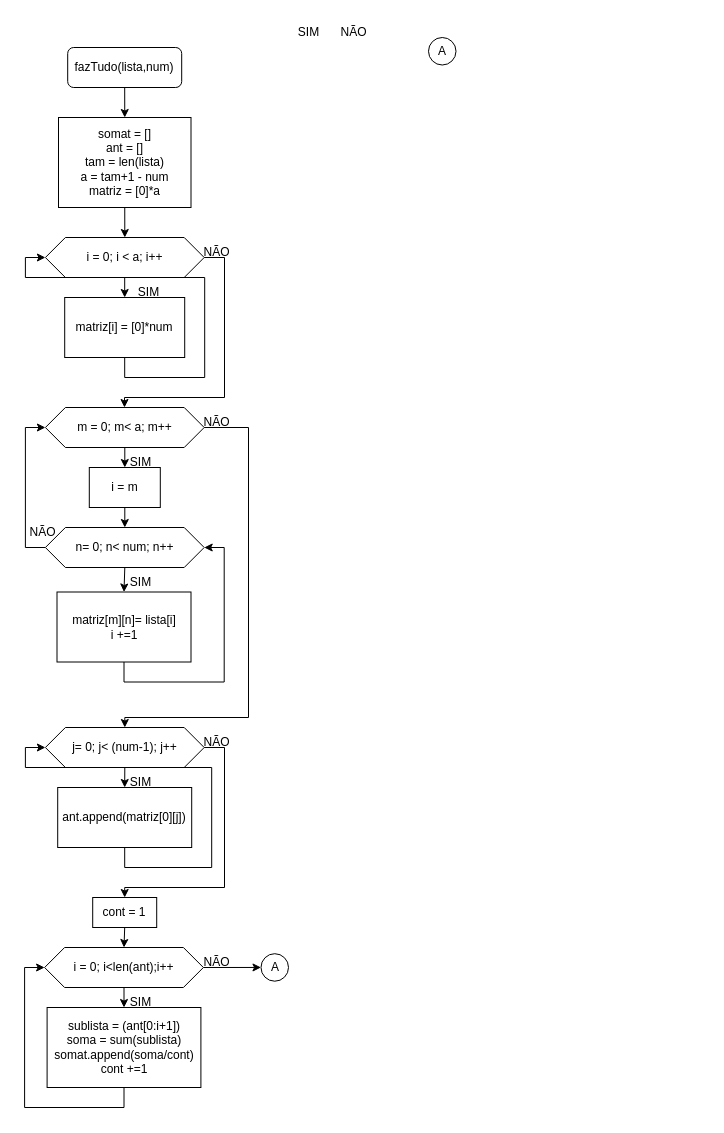
Above: fazTudo.drawio in KauanBaiense/moving-average (draw.io), before the change. Source tidied: cells renumbered, new cells numbered last; positions are measured from the earlier drawing's top-left corner, leaving out a move shared by most shapes. Both pictures are drawn from the tidied source at 100%, with x=0, y=0 at pixel (17, 17).
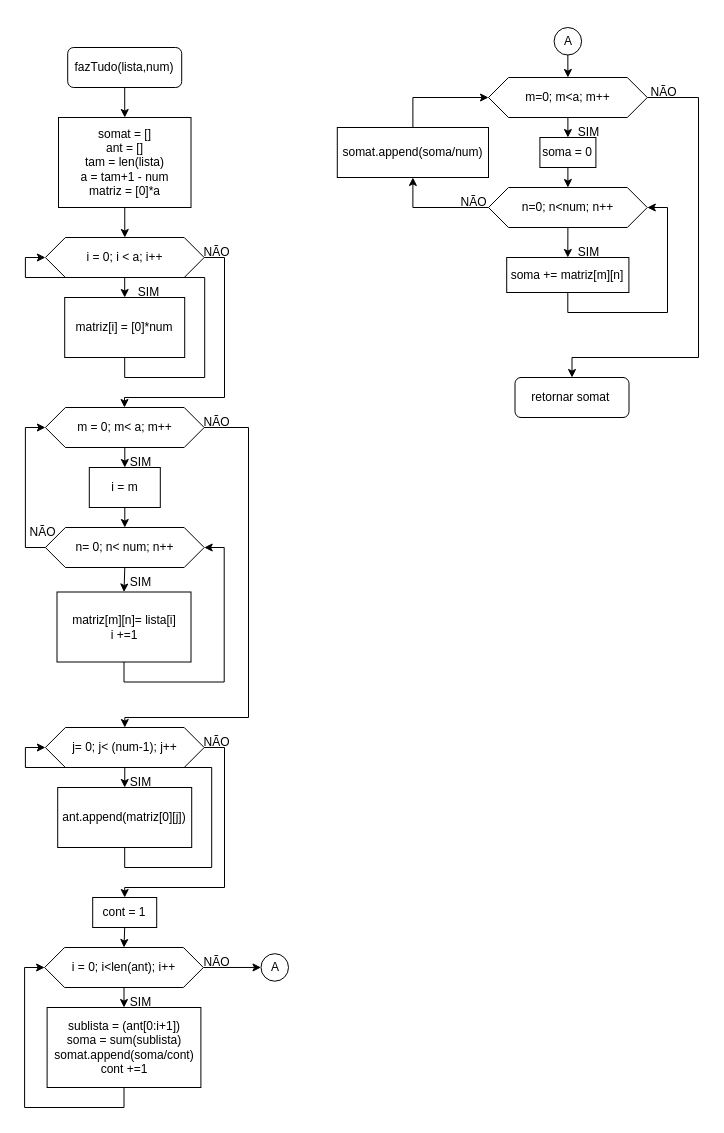
The same diagram, later.

The edit, as a diff of the source:
```diff
@@
-    <mxCell id="11" value="SIM" style="text;html=1;align=center;verticalAlign=middle;strokeColor=none;fillColor=none;" parent="1" vertex="1">
-      <mxGeometry x="271" width="40" height="30" as="geometry" />
-    </mxCell>
-    <mxCell id="12" value="NÃO" style="text;html=1;align=center;verticalAlign=middle;strokeColor=none;fillColor=none;" parent="1" vertex="1">
-      <mxGeometry x="311" width="50" height="30" as="geometry" />
-    </mxCell>
@@
-    <mxCell id="40" value="i = 0; i&amp;lt;len(ant);i++" style="shape=hexagon;perimeter=hexagonPerimeter2;whiteSpace=wrap;html=1;fixedSize=1;" parent="1" vertex="1">
+    <mxCell id="40" value="i = 0; i&amp;lt;len(ant); i++" style="shape=hexagon;perimeter=hexagonPerimeter2;whiteSpace=wrap;html=1;fixedSize=1;" parent="1" vertex="1">
       <mxGeometry x="27.1" y="930" width="158.8" height="40" as="geometry" />
     </mxCell>
@@
+    <mxCell id="47" style="edgeStyle=orthogonalEdgeStyle;rounded=0;jettySize=auto;html=1;exitX=0.5;exitY=1;exitDx=0;exitDy=0;entryX=0.5;entryY=0;entryDx=0;entryDy=0;" parent="1" edge="1" source="46" target="50">
+      <mxGeometry relative="1" as="geometry" />
+    </mxCell>
     <mxCell id="46" value="A" style="ellipse;whiteSpace=wrap;html=1;" parent="1" vertex="1">
-      <mxGeometry x="411" y="20" width="27.5" height="27.5" as="geometry" />
+      <mxGeometry x="536.6" y="10" width="27.5" height="27.5" as="geometry" />
     </mxCell>
+    <mxCell id="48" style="edgeStyle=orthogonalEdgeStyle;rounded=0;jettySize=auto;html=1;exitX=0.5;exitY=1;exitDx=0;exitDy=0;entryX=0.5;entryY=0;entryDx=0;entryDy=0;" parent="1" edge="1" source="50" target="52">
+      <mxGeometry relative="1" as="geometry" />
+    </mxCell>
+    <mxCell id="49" style="edgeStyle=orthogonalEdgeStyle;rounded=0;jettySize=auto;html=1;exitX=1;exitY=0.5;exitDx=0;exitDy=0;entryX=0.5;entryY=0;entryDx=0;entryDy=0;" parent="1" edge="1" source="50" target="64">
+      <mxGeometry relative="1" as="geometry">
+        <Array as="points">
+          <mxPoint x="681" y="80" />
+          <mxPoint x="681" y="340" />
+        </Array>
+      </mxGeometry>
+    </mxCell>
+    <mxCell id="50" value="m=0; m&amp;lt;a; m++" style="shape=hexagon;perimeter=hexagonPerimeter2;whiteSpace=wrap;html=1;fixedSize=1;" parent="1" vertex="1">
+      <mxGeometry x="471" y="60" width="158.8" height="40" as="geometry" />
+    </mxCell>
+    <mxCell id="51" style="edgeStyle=orthogonalEdgeStyle;rounded=0;jettySize=auto;html=1;exitX=0.5;exitY=1;exitDx=0;exitDy=0;entryX=0.5;entryY=0;entryDx=0;entryDy=0;" parent="1" edge="1" source="52" target="56">
+      <mxGeometry relative="1" as="geometry" />
+    </mxCell>
+    <mxCell id="52" value="soma = 0" style="rounded=0;whiteSpace=wrap;html=1;" parent="1" vertex="1">
+      <mxGeometry x="522.4" y="120" width="56" height="30" as="geometry" />
+    </mxCell>
+    <mxCell id="53" value="SIM" style="text;html=1;align=center;verticalAlign=middle;strokeColor=none;fillColor=none;" parent="1" vertex="1">
+      <mxGeometry x="551" y="100" width="40" height="30" as="geometry" />
+    </mxCell>
+    <mxCell id="54" style="edgeStyle=orthogonalEdgeStyle;rounded=0;jettySize=auto;html=1;exitX=0.5;exitY=1;exitDx=0;exitDy=0;entryX=0.5;entryY=0;entryDx=0;entryDy=0;" parent="1" edge="1" source="56" target="58">
+      <mxGeometry relative="1" as="geometry" />
+    </mxCell>
+    <mxCell id="55" style="edgeStyle=orthogonalEdgeStyle;rounded=0;jettySize=auto;html=1;exitX=0;exitY=0.5;exitDx=0;exitDy=0;entryX=0.5;entryY=1;entryDx=0;entryDy=0;" parent="1" edge="1" source="56" target="61">
+      <mxGeometry relative="1" as="geometry" />
+    </mxCell>
+    <mxCell id="56" value="n=0; n&amp;lt;num; n++" style="shape=hexagon;perimeter=hexagonPerimeter2;whiteSpace=wrap;html=1;fixedSize=1;" parent="1" vertex="1">
+      <mxGeometry x="471" y="170" width="158.8" height="40" as="geometry" />
+    </mxCell>
+    <mxCell id="57" style="edgeStyle=orthogonalEdgeStyle;rounded=0;jettySize=auto;html=1;exitX=0.5;exitY=1;exitDx=0;exitDy=0;entryX=1;entryY=0.5;entryDx=0;entryDy=0;" parent="1" edge="1" source="58" target="56">
+      <mxGeometry relative="1" as="geometry">
+        <Array as="points">
+          <mxPoint x="550" y="295" />
+          <mxPoint x="650" y="295" />
+          <mxPoint x="650" y="190" />
+        </Array>
+      </mxGeometry>
+    </mxCell>
+    <mxCell id="58" value="soma += matriz[m][n]&lt;br&gt;" style="rounded=0;whiteSpace=wrap;html=1;" parent="1" vertex="1">
+      <mxGeometry x="489.2" y="240" width="122.2" height="35" as="geometry" />
+    </mxCell>
+    <mxCell id="59" value="SIM" style="text;html=1;align=center;verticalAlign=middle;strokeColor=none;fillColor=none;" parent="1" vertex="1">
+      <mxGeometry x="551" y="220" width="40" height="30" as="geometry" />
+    </mxCell>
+    <mxCell id="60" style="edgeStyle=orthogonalEdgeStyle;rounded=0;jettySize=auto;html=1;exitX=0.5;exitY=0;exitDx=0;exitDy=0;entryX=0;entryY=0.5;entryDx=0;entryDy=0;" parent="1" edge="1" source="61" target="50">
+      <mxGeometry relative="1" as="geometry" />
+    </mxCell>
+    <mxCell id="61" value="somat.append(soma/num)" style="rounded=0;whiteSpace=wrap;html=1;" parent="1" vertex="1">
+      <mxGeometry x="319.8" y="110" width="151.2" height="50" as="geometry" />
+    </mxCell>
+    <mxCell id="62" value="NÃO" style="text;html=1;align=center;verticalAlign=middle;strokeColor=none;fillColor=none;" parent="1" vertex="1">
+      <mxGeometry x="431" y="170" width="50" height="30" as="geometry" />
+    </mxCell>
+    <mxCell id="63" value="NÃO" style="text;html=1;align=center;verticalAlign=middle;strokeColor=none;fillColor=none;" parent="1" vertex="1">
+      <mxGeometry x="621" y="60" width="50" height="30" as="geometry" />
+    </mxCell>
+    <mxCell id="64" value="retornar somat&amp;nbsp;" style="rounded=1;whiteSpace=wrap;html=1;" parent="1" vertex="1">
+      <mxGeometry x="497.5" y="360" width="114" height="40" as="geometry" />
+    </mxCell>
```
